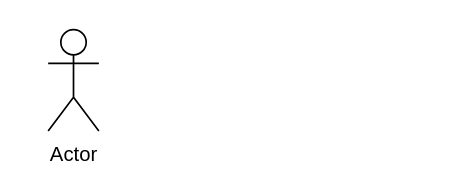
This is page "Sequence diagram" (4 of 5) of OnlineCarReservaction.drawio from nguyenha1311/ha-diagrams, a draw.io file, before an edit. Source tidied: cells renumbered, new cells numbered last; positions are measured from the earlier drawing's top-left corner, leaving out a move shared by most shapes. Both pictures are drawn from the tidied source at 169%, with x=0, y=0 at pixel (47, 29).
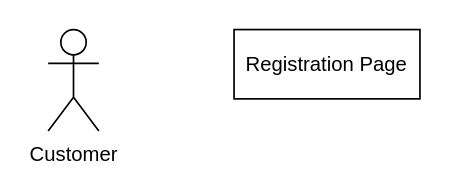
The same page after the edit.

The edit, as a diff of the source:
```diff
@@
 <mxGraphModel>
   <root>
     <mxCell id="0" />
     <mxCell id="1" parent="0" />
-    <mxCell id="2" value="Actor" style="shape=umlActor;verticalLabelPosition=bottom;verticalAlign=top;html=1;strokeColor=default;" parent="1" vertex="1">
+    <mxCell id="2" value="Customer" style="shape=umlActor;verticalLabelPosition=bottom;verticalAlign=top;html=1;strokeColor=default;" parent="1" vertex="1">
       <mxGeometry width="30" height="60" as="geometry" />
     </mxCell>
+    <mxCell id="3" value="Registration Page" style="rounded=0;whiteSpace=wrap;html=1;labelBackgroundColor=#FFFFFF;strokeColor=default;fillColor=none;" parent="1" vertex="1">
+      <mxGeometry x="110" width="110" height="41" as="geometry" />
+    </mxCell>
   </root>
 </mxGraphModel>
```
